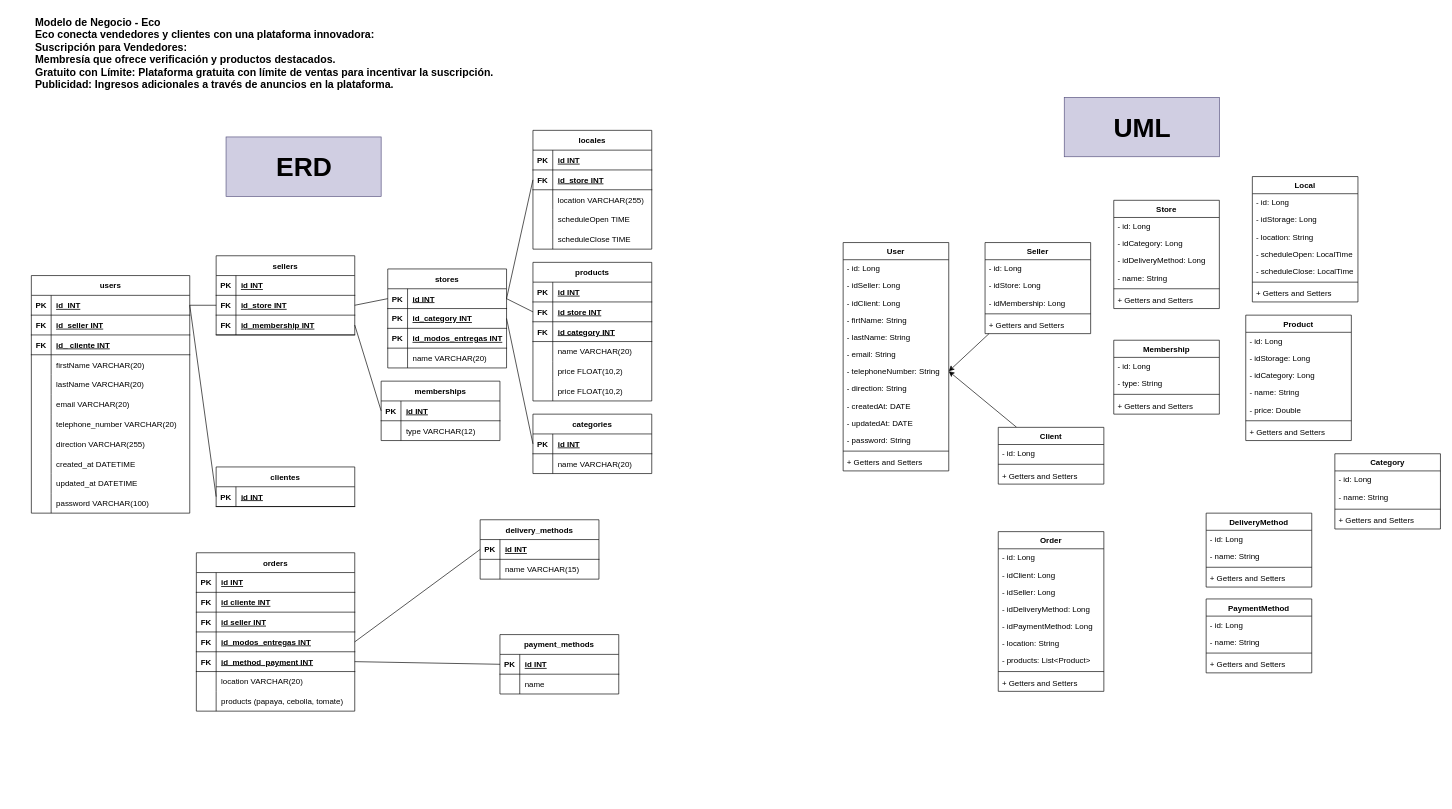
Earlier version of the draw.io diagram Main.drawio (m1gu3l-d3v/marketplace). Source tidied: cells renumbered, new cells numbered last; positions are measured from the earlier drawing's top-left corner, leaving out a move shared by most shapes. Both pictures are drawn from the tidied source at 66%, with x=0, y=0 at pixel (31, 11).
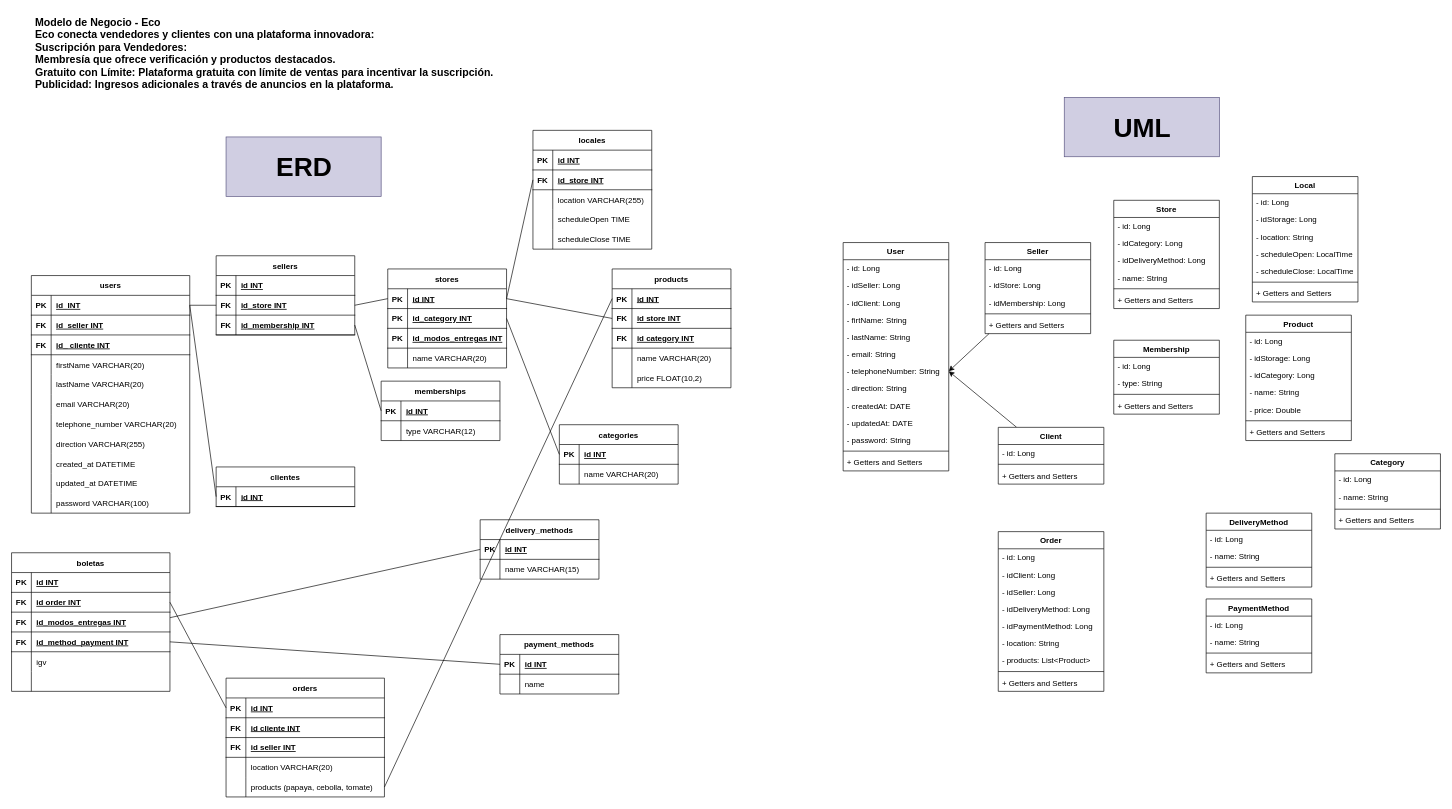
Above is the later version.

Unchanged cells that the change refers to:
```xml
<mxCell id="48" style="shape=tableRow;horizontal=0;startSize=0;swimlaneHead=0;swimlaneBody=0;fillColor=none;points=[[0,0.5],[1,0.5]];portConstraint=eastwest;top=0;left=0;right=0;bottom=1;" parent="47" vertex="1">
  <mxGeometry y="30" width="180" height="30" as="geometry" />
</mxCell>
<mxCell id="121" style="shape=tableRow;horizontal=0;startSize=0;swimlaneHead=0;swimlaneBody=0;fillColor=none;points=[[0,0.5],[1,0.5]];portConstraint=eastwest;top=0;left=0;right=0;bottom=1;" parent="120" vertex="1">
  <mxGeometry y="30" width="240" height="30" as="geometry" />
</mxCell>
<mxCell id="143" style="shape=tableRow;horizontal=0;startSize=0;swimlaneHead=0;swimlaneBody=0;fillColor=none;points=[[0,0.5],[1,0.5]];portConstraint=eastwest;top=0;left=0;right=0;bottom=1;" parent="142" vertex="1">
  <mxGeometry y="30" width="180" height="30" as="geometry" />
</mxCell>
```

Change to the diagram source:
```diff
@@
     <mxCell id="47" value="products" style="shape=table;startSize=30;childLayout=tableLayout;rowLines=0;fontStyle=1;align=center;" parent="1" vertex="1">
-      <mxGeometry x="760" y="380" width="180" height="210" as="geometry" />
+      <mxGeometry x="880" y="390" width="180" height="180" as="geometry" />
     </mxCell>
@@
-    <mxCell id="63" style="shape=tableRow;horizontal=0;startSize=0;swimlaneHead=0;swimlaneBody=0;fillColor=none;top=0;left=0;right=0;bottom=0;" parent="47" vertex="1">
-      <mxGeometry y="180" width="180" height="30" as="geometry" />
-    </mxCell>
-    <mxCell id="64" style="shape=partialRectangle;fillColor=none;top=0;left=0;bottom=0;right=0;overflow=hidden;" parent="63" vertex="1">
-      <mxGeometry width="30" height="30" as="geometry" />
-    </mxCell>
-    <mxCell id="65" value="price FLOAT(10,2)" style="shape=partialRectangle;fillColor=none;top=0;left=0;bottom=0;right=0;align=left;spacingLeft=6;overflow=hidden;" parent="63" vertex="1">
-      <mxGeometry x="30" width="150" height="30" as="geometry" />
-    </mxCell>
@@
     <mxCell id="79" value="categories" style="shape=table;startSize=30;childLayout=tableLayout;rowLines=0;fontStyle=1;align=center;" parent="1" vertex="1">
-      <mxGeometry x="760" y="610" width="180" height="90" as="geometry" />
+      <mxGeometry x="800" y="626" width="180" height="90" as="geometry" />
     </mxCell>
@@
     <mxCell id="120" value="orders" style="shape=table;startSize=30;childLayout=tableLayout;rowLines=0;fontStyle=1;align=center;" parent="1" vertex="1">
-      <mxGeometry x="250" y="820" width="240" height="240" as="geometry" />
+      <mxGeometry x="295" y="1010" width="240" height="180" as="geometry" />
     </mxCell>
@@
-    <mxCell id="130" style="shape=tableRow;horizontal=0;startSize=0;swimlaneHead=0;swimlaneBody=0;fillColor=none;points=[[0,0.5],[1,0.5]];portConstraint=eastwest;top=0;left=0;right=0;bottom=1;" parent="120" vertex="1">
-      <mxGeometry y="120" width="240" height="30" as="geometry" />
-    </mxCell>
-    <mxCell id="131" value="FK" style="shape=partialRectangle;fillColor=none;top=0;left=0;bottom=0;right=0;fontStyle=1;overflow=hidden;" parent="130" vertex="1">
-      <mxGeometry width="30" height="30" as="geometry" />
-    </mxCell>
-    <mxCell id="132" value="id_modos_entregas INT" style="shape=partialRectangle;fillColor=none;top=0;left=0;bottom=0;right=0;align=left;spacingLeft=6;fontStyle=5;overflow=hidden;" parent="130" vertex="1">
-      <mxGeometry x="30" width="210" height="30" as="geometry" />
-    </mxCell>
-    <mxCell id="133" style="shape=tableRow;horizontal=0;startSize=0;swimlaneHead=0;swimlaneBody=0;fillColor=none;points=[[0,0.5],[1,0.5]];portConstraint=eastwest;top=0;left=0;right=0;bottom=1;" parent="120" vertex="1">
-      <mxGeometry y="150" width="240" height="30" as="geometry" />
-    </mxCell>
-    <mxCell id="134" value="FK" style="shape=partialRectangle;fillColor=none;top=0;left=0;bottom=0;right=0;fontStyle=1;overflow=hidden;" parent="133" vertex="1">
-      <mxGeometry width="30" height="30" as="geometry" />
-    </mxCell>
-    <mxCell id="135" value="id_method_payment INT" style="shape=partialRectangle;fillColor=none;top=0;left=0;bottom=0;right=0;align=left;spacingLeft=6;fontStyle=5;overflow=hidden;" parent="133" vertex="1">
-      <mxGeometry x="30" width="210" height="30" as="geometry" />
-    </mxCell>
     <mxCell id="136" style="shape=tableRow;horizontal=0;startSize=0;swimlaneHead=0;swimlaneBody=0;fillColor=none;top=0;left=0;right=0;bottom=0;" parent="120" vertex="1">
-      <mxGeometry y="180" width="240" height="30" as="geometry" />
+      <mxGeometry y="120" width="240" height="30" as="geometry" />
     </mxCell>
@@
     <mxCell id="139" style="shape=tableRow;horizontal=0;startSize=0;swimlaneHead=0;swimlaneBody=0;fillColor=none;points=[[0,0.5],[1,0.5]];portConstraint=eastwest;top=0;left=0;right=0;bottom=0;" parent="120" vertex="1">
-      <mxGeometry y="210" width="240" height="30" as="geometry" />
+      <mxGeometry y="150" width="240" height="30" as="geometry" />
     </mxCell>
@@
-    <mxCell id="149" style="endArrow=none;html=1;entryX=0;entryY=0.5;entryDx=0;entryDy=0;exitX=1;exitY=0.5;exitDx=0;exitDy=0;" parent="1" edge="1" source="130" target="143">
+    <mxCell id="149" style="endArrow=none;html=1;entryX=0;entryY=0.5;entryDx=0;entryDy=0;exitX=1.001;exitY=0.278;exitDx=0;exitDy=0;exitPerimeter=0;" parent="1" edge="1" source="130" target="143">
       <mxGeometry relative="1" as="geometry" />
     </mxCell>
@@
+    <mxCell id="239" style="endArrow=none;html=1;entryX=0;entryY=0.5;entryDx=0;entryDy=0;exitX=1;exitY=0.5;exitDx=0;exitDy=0;" parent="1" edge="1" source="139" target="48">
+      <mxGeometry relative="1" as="geometry" />
+    </mxCell>
+    <mxCell id="240" value="boletas" style="shape=table;startSize=30;childLayout=tableLayout;rowLines=0;fontStyle=1;align=center;" parent="1" vertex="1">
+      <mxGeometry x="-30" y="820" width="240" height="210" as="geometry" />
+    </mxCell>
+    <mxCell id="241" style="shape=tableRow;horizontal=0;startSize=0;swimlaneHead=0;swimlaneBody=0;fillColor=none;top=0;left=0;right=0;bottom=1;" parent="240" vertex="1">
+      <mxGeometry y="30" width="240" height="30" as="geometry" />
+    </mxCell>
+    <mxCell id="242" value="PK" style="shape=partialRectangle;fillColor=none;top=0;left=0;bottom=0;right=0;fontStyle=1;overflow=hidden;" parent="241" vertex="1">
+      <mxGeometry width="30" height="30" as="geometry" />
+    </mxCell>
+    <mxCell id="243" value="id INT" style="shape=partialRectangle;fillColor=none;top=0;left=0;bottom=0;right=0;align=left;spacingLeft=6;fontStyle=5;overflow=hidden;" parent="241" vertex="1">
+      <mxGeometry x="30" width="210" height="30" as="geometry" />
+    </mxCell>
+    <mxCell id="244" style="shape=tableRow;horizontal=0;startSize=0;swimlaneHead=0;swimlaneBody=0;fillColor=none;points=[[0,0.5],[1,0.5]];portConstraint=eastwest;top=0;left=0;right=0;bottom=1;" parent="240" vertex="1">
+      <mxGeometry y="60" width="240" height="30" as="geometry" />
+    </mxCell>
+    <mxCell id="245" value="FK" style="shape=partialRectangle;fillColor=none;top=0;left=0;bottom=0;right=0;fontStyle=1;overflow=hidden;" parent="244" vertex="1">
+      <mxGeometry width="30" height="30" as="geometry" />
+    </mxCell>
+    <mxCell id="246" value="id order INT" style="shape=partialRectangle;fillColor=none;top=0;left=0;bottom=0;right=0;align=left;spacingLeft=6;fontStyle=5;overflow=hidden;" parent="244" vertex="1">
+      <mxGeometry x="30" width="210" height="30" as="geometry" />
+    </mxCell>
+    <mxCell id="130" style="shape=tableRow;horizontal=0;startSize=0;swimlaneHead=0;swimlaneBody=0;fillColor=none;points=[[0,0.5],[1,0.5]];portConstraint=eastwest;top=0;left=0;right=0;bottom=1;" parent="240" vertex="1">
+      <mxGeometry y="90" width="240" height="30" as="geometry" />
+    </mxCell>
+    <mxCell id="131" value="FK" style="shape=partialRectangle;fillColor=none;top=0;left=0;bottom=0;right=0;fontStyle=1;overflow=hidden;" parent="130" vertex="1">
+      <mxGeometry width="30" height="30" as="geometry" />
+    </mxCell>
+    <mxCell id="132" value="id_modos_entregas INT" style="shape=partialRectangle;fillColor=none;top=0;left=0;bottom=0;right=0;align=left;spacingLeft=6;fontStyle=5;overflow=hidden;" parent="130" vertex="1">
+      <mxGeometry x="30" width="210" height="30" as="geometry" />
+    </mxCell>
+    <mxCell id="133" style="shape=tableRow;horizontal=0;startSize=0;swimlaneHead=0;swimlaneBody=0;fillColor=none;points=[[0,0.5],[1,0.5]];portConstraint=eastwest;top=0;left=0;right=0;bottom=1;" parent="240" vertex="1">
+      <mxGeometry y="120" width="240" height="30" as="geometry" />
+    </mxCell>
+    <mxCell id="134" value="FK" style="shape=partialRectangle;fillColor=none;top=0;left=0;bottom=0;right=0;fontStyle=1;overflow=hidden;" parent="133" vertex="1">
+      <mxGeometry width="30" height="30" as="geometry" />
+    </mxCell>
+    <mxCell id="135" value="id_method_payment INT" style="shape=partialRectangle;fillColor=none;top=0;left=0;bottom=0;right=0;align=left;spacingLeft=6;fontStyle=5;overflow=hidden;" parent="133" vertex="1">
+      <mxGeometry x="30" width="210" height="30" as="geometry" />
+    </mxCell>
+    <mxCell id="247" style="shape=tableRow;horizontal=0;startSize=0;swimlaneHead=0;swimlaneBody=0;fillColor=none;top=0;left=0;right=0;bottom=0;" parent="240" vertex="1">
+      <mxGeometry y="150" width="240" height="30" as="geometry" />
+    </mxCell>
+    <mxCell id="248" style="shape=partialRectangle;fillColor=none;top=0;left=0;bottom=0;right=0;overflow=hidden;" parent="247" vertex="1">
+      <mxGeometry width="30" height="30" as="geometry" />
+    </mxCell>
+    <mxCell id="249" value="igv" style="shape=partialRectangle;fillColor=none;top=0;left=0;bottom=0;right=0;align=left;spacingLeft=6;overflow=hidden;" parent="247" vertex="1">
+      <mxGeometry x="30" width="210" height="30" as="geometry" />
+    </mxCell>
+    <mxCell id="250" style="shape=tableRow;horizontal=0;startSize=0;swimlaneHead=0;swimlaneBody=0;fillColor=none;top=0;left=0;right=0;bottom=0;" parent="240" vertex="1">
+      <mxGeometry y="180" width="240" height="30" as="geometry" />
+    </mxCell>
+    <mxCell id="251" style="shape=partialRectangle;fillColor=none;top=0;left=0;bottom=0;right=0;overflow=hidden;" parent="250" vertex="1">
+      <mxGeometry width="30" height="30" as="geometry" />
+    </mxCell>
+    <mxCell id="252" style="shape=partialRectangle;fillColor=none;top=0;left=0;bottom=0;right=0;align=left;spacingLeft=6;overflow=hidden;" parent="250" vertex="1">
+      <mxGeometry x="30" width="210" height="30" as="geometry" />
+    </mxCell>
+    <mxCell id="253" style="endArrow=none;html=1;entryX=1;entryY=0.5;entryDx=0;entryDy=0;exitX=0;exitY=0.5;exitDx=0;exitDy=0;" parent="1" edge="1" source="121" target="244">
+      <mxGeometry relative="1" as="geometry" />
+    </mxCell>
```
